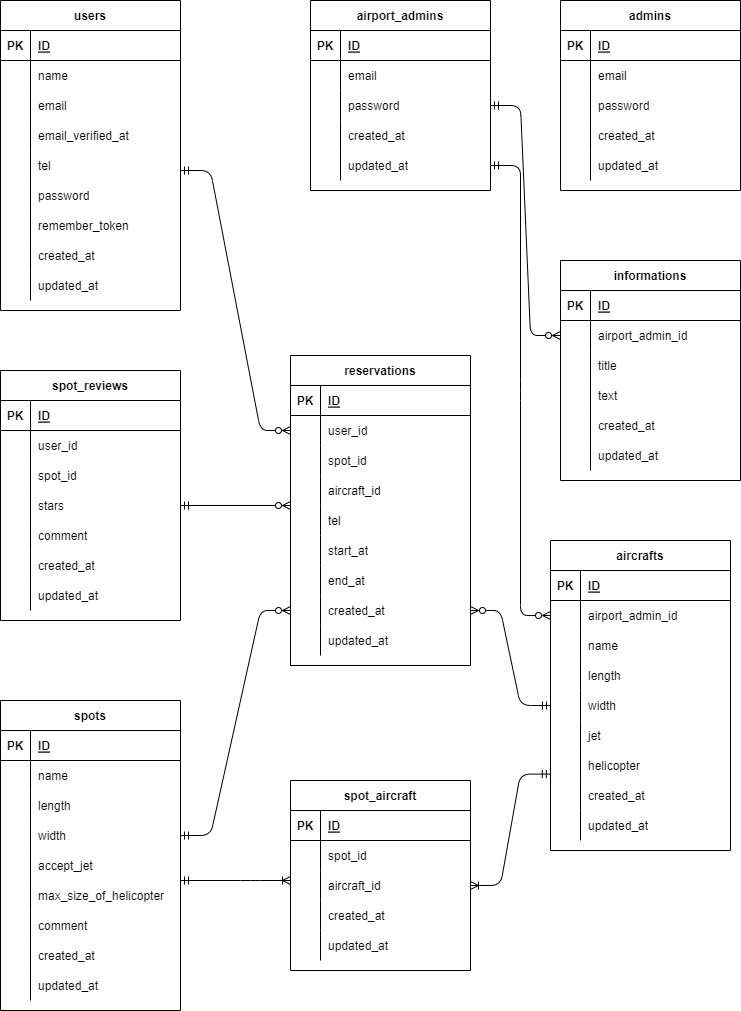
Above: ER.drawio.png in doingen/spottle (draw.io), before the change. Source tidied: cells renumbered, new cells last; positions are measured from the earlier drawing's top-left corner, leaving out a move shared by most shapes.
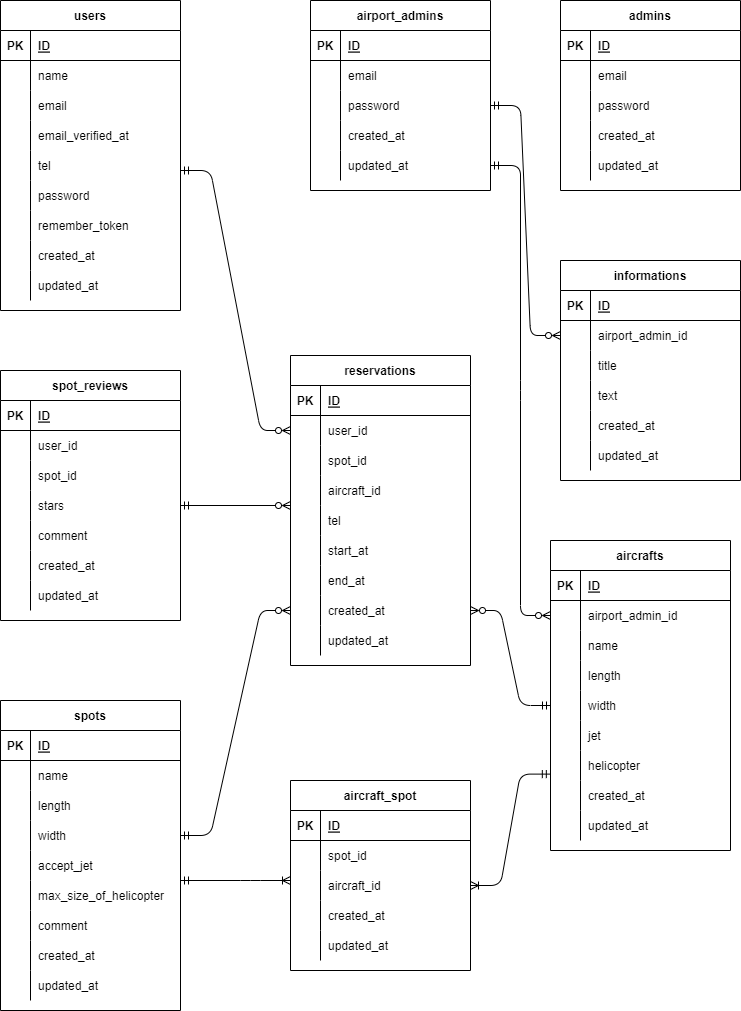
After the change.

Commit message:
aircraft_spot migrateに変更, Seeder項目変更

What changed in the source:
```diff
@@ -579,7 +579,7 @@
     <mxCell id="192" style="edgeStyle=entityRelationEdgeStyle;fontSize=12;html=1;endArrow=ERzeroToMany;startArrow=ERmandOne;endFill=0;entryX=0;entryY=0.5;entryDx=0;entryDy=0;" parent="1" edge="1" source="43" target="163">
       <mxGeometry relative="1" as="geometry" />
     </mxCell>
-    <mxCell id="193" value="spot_aircraft" style="shape=table;startSize=30;rowLines=0;fontStyle=1;align=center;" parent="1" vertex="1">
+    <mxCell id="193" value="aircraft_spot" style="shape=table;startSize=30;rowLines=0;fontStyle=1;align=center;" parent="1" vertex="1">
       <mxGeometry x="290" y="780" width="180" height="190" as="geometry" />
     </mxCell>
     <mxCell id="194" style="shape=partialRectangle;fillColor=none;top=0;left=0;bottom=1;right=0;" parent="193" vertex="1">
```
